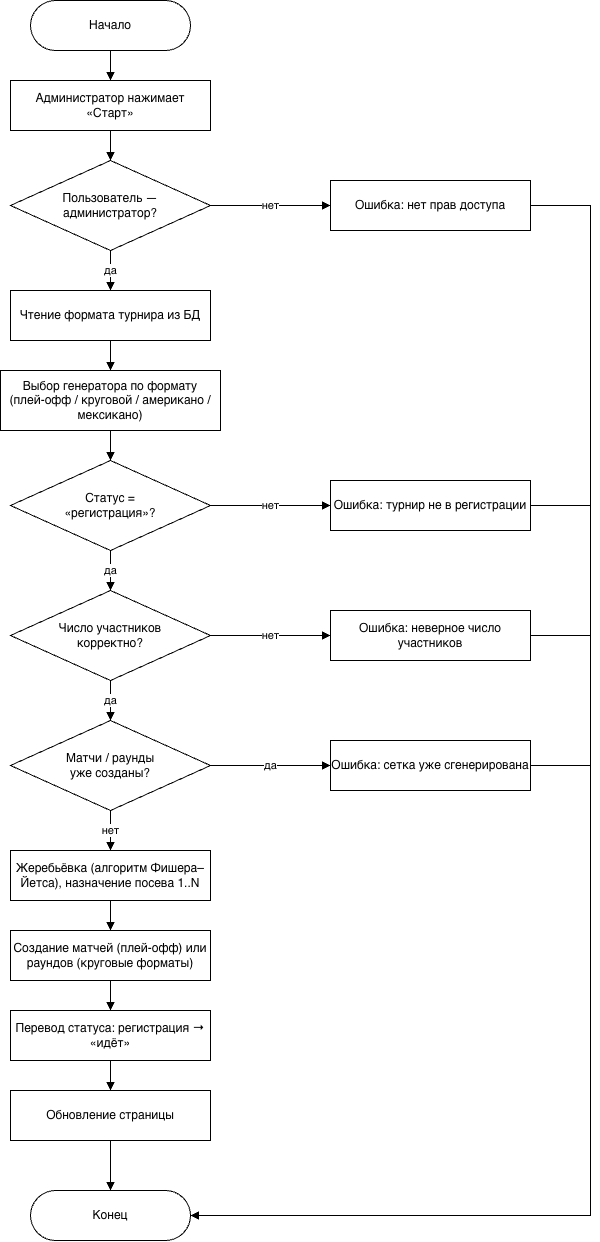
Before: docs/diagrams/07.png, a diagram exported from draw.io (memekas/diplom). Source tidied: cells renumbered, new cells last; positions are measured from the earlier drawing's top-left corner, leaving out a move shared by most shapes.
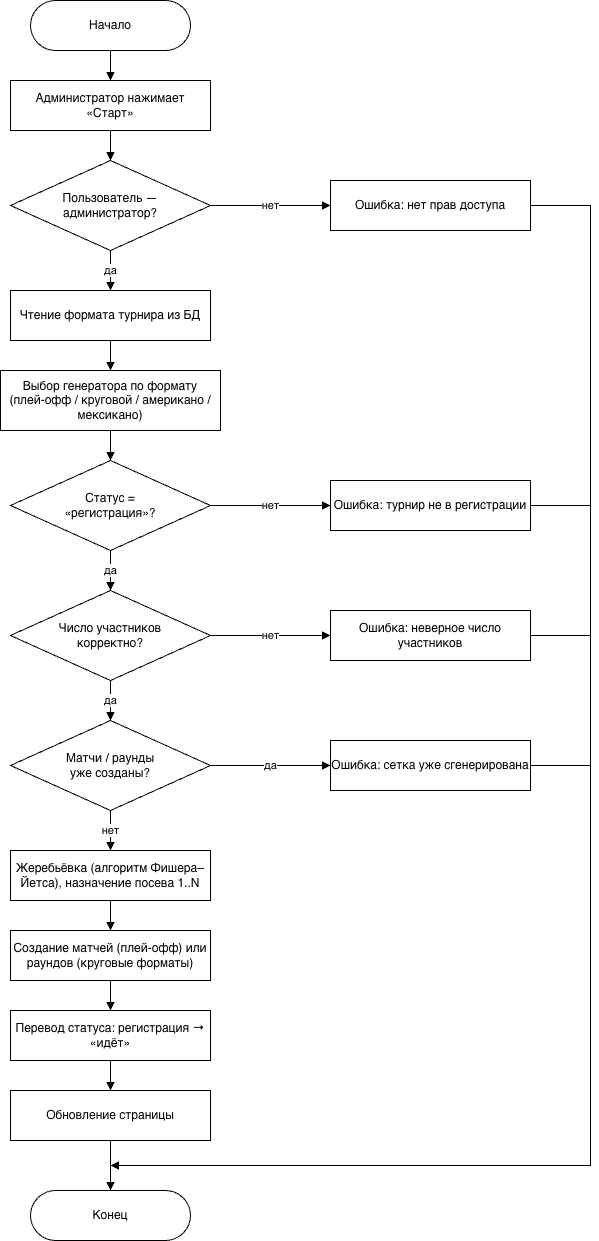
Above is the later version.

Commit message:
docs: fig 7 — линии и стрелки блок-схемы по ГОСТ 19.701 (разд. 4.2)

Ствол ошибок сливается с линией успешного потока ДО терминатора — в «Конец»
входит одна линия сверху (п. 4.2.4); вход справа убран. Притоки в ствол —
голый T-стык без наконечников (стандартное направление, п. 4.2.1), места
слияния смещены (п. 4.2.3). Стрелка осталась только на R→L участке ствола
(нестандартное направление — обязательна по п. 4.2.1). Точки-узлы не ставим.
07.png перерисован.

Change to the diagram source:
```diff
@@ -101,36 +101,28 @@
     <mxCell id="34" style="edgeStyle=orthogonalEdgeStyle;rounded=0;html=1;endArrow=block;" parent="1" edge="1" source="13" target="14">
       <mxGeometry relative="1" as="geometry" />
     </mxCell>
-    <mxCell id="35" style="edgeStyle=orthogonalEdgeStyle;rounded=0;html=1;endArrow=block;exitX=1;exitY=0.5;exitDx=0;exitDy=0;entryX=1;entryY=0.5;entryDx=0;entryDy=0;" parent="1" edge="1" source="15" target="14">
+    <mxCell id="35" style="edgeStyle=orthogonalEdgeStyle;rounded=0;html=1;endArrow=block;exitX=1;exitY=0.5;exitDx=0;exitDy=0;" parent="1" edge="1" source="15">
       <mxGeometry relative="1" as="geometry">
+        <mxPoint x="110" y="1165" as="targetPoint" />
         <Array as="points">
           <mxPoint x="590" y="205" />
-          <mxPoint x="590" y="1215" />
+          <mxPoint x="590" y="1165" />
         </Array>
       </mxGeometry>
     </mxCell>
-    <mxCell id="36" style="edgeStyle=orthogonalEdgeStyle;rounded=0;html=1;endArrow=block;exitX=1;exitY=0.5;exitDx=0;exitDy=0;entryX=1;entryY=0.5;entryDx=0;entryDy=0;" parent="1" edge="1" source="16" target="14">
+    <mxCell id="36" style="edgeStyle=orthogonalEdgeStyle;rounded=0;html=1;endArrow=none;exitX=1;exitY=0.5;exitDx=0;exitDy=0;" parent="1" edge="1" source="16">
       <mxGeometry relative="1" as="geometry">
-        <Array as="points">
-          <mxPoint x="590" y="505" />
-          <mxPoint x="590" y="1215" />
-        </Array>
+        <mxPoint x="590" y="505" as="targetPoint" />
       </mxGeometry>
     </mxCell>
-    <mxCell id="37" style="edgeStyle=orthogonalEdgeStyle;rounded=0;html=1;endArrow=block;exitX=1;exitY=0.5;exitDx=0;exitDy=0;entryX=1;entryY=0.5;entryDx=0;entryDy=0;" parent="1" edge="1" source="17" target="14">
+    <mxCell id="37" style="edgeStyle=orthogonalEdgeStyle;rounded=0;html=1;endArrow=none;exitX=1;exitY=0.5;exitDx=0;exitDy=0;" parent="1" edge="1" source="17">
       <mxGeometry relative="1" as="geometry">
-        <Array as="points">
-          <mxPoint x="590" y="635" />
-          <mxPoint x="590" y="1215" />
-        </Array>
+        <mxPoint x="590" y="635" as="targetPoint" />
       </mxGeometry>
     </mxCell>
-    <mxCell id="38" style="edgeStyle=orthogonalEdgeStyle;rounded=0;html=1;endArrow=block;exitX=1;exitY=0.5;exitDx=0;exitDy=0;entryX=1;entryY=0.5;entryDx=0;entryDy=0;" parent="1" edge="1" source="18" target="14">
+    <mxCell id="38" style="edgeStyle=orthogonalEdgeStyle;rounded=0;html=1;endArrow=none;exitX=1;exitY=0.5;exitDx=0;exitDy=0;" parent="1" edge="1" source="18">
       <mxGeometry relative="1" as="geometry">
-        <Array as="points">
-          <mxPoint x="590" y="765" />
-          <mxPoint x="590" y="1215" />
-        </Array>
+        <mxPoint x="590" y="765" as="targetPoint" />
       </mxGeometry>
     </mxCell>
   </root>
```
